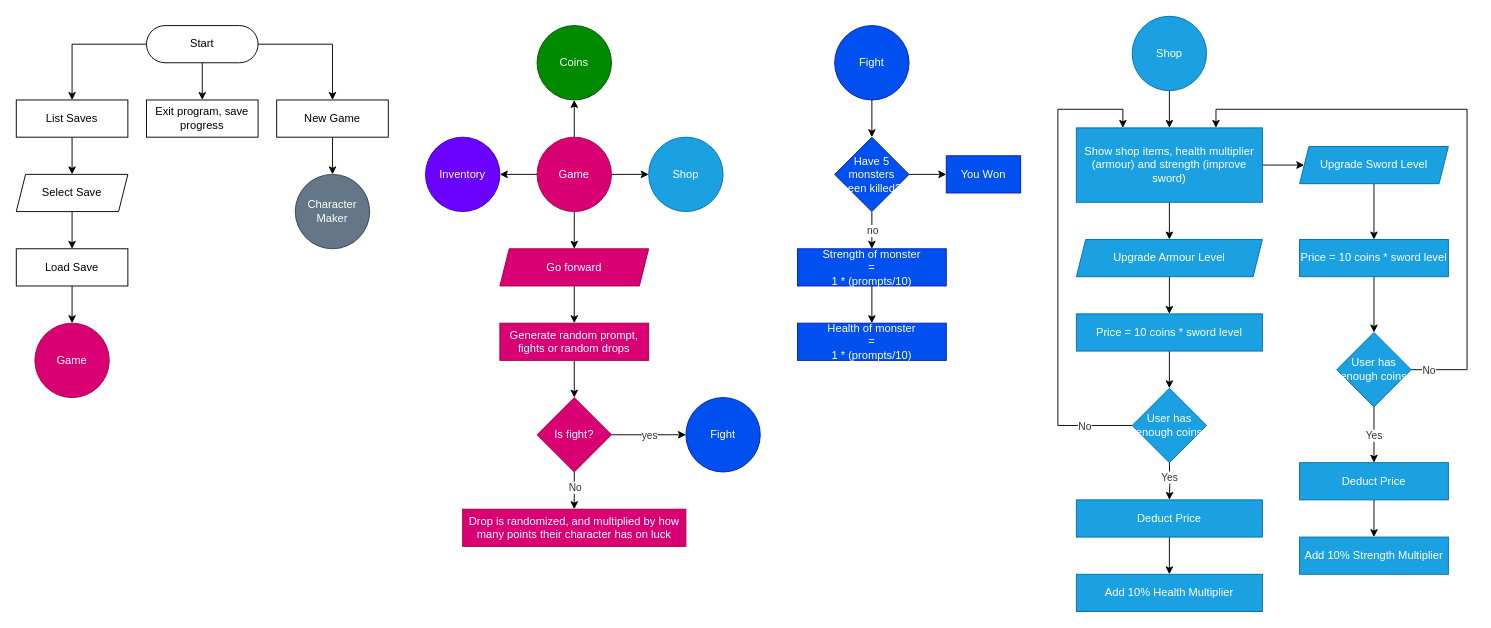
The draw.io diagram flowchart.drawio in kivox/tbag, before the edit. Source tidied: cells renumbered, new cells numbered last; positions are measured from the earlier drawing's top-left corner, leaving out a move shared by most shapes. Both pictures are drawn from the tidied source at 93%, with x=0, y=0 at pixel (16, 16).
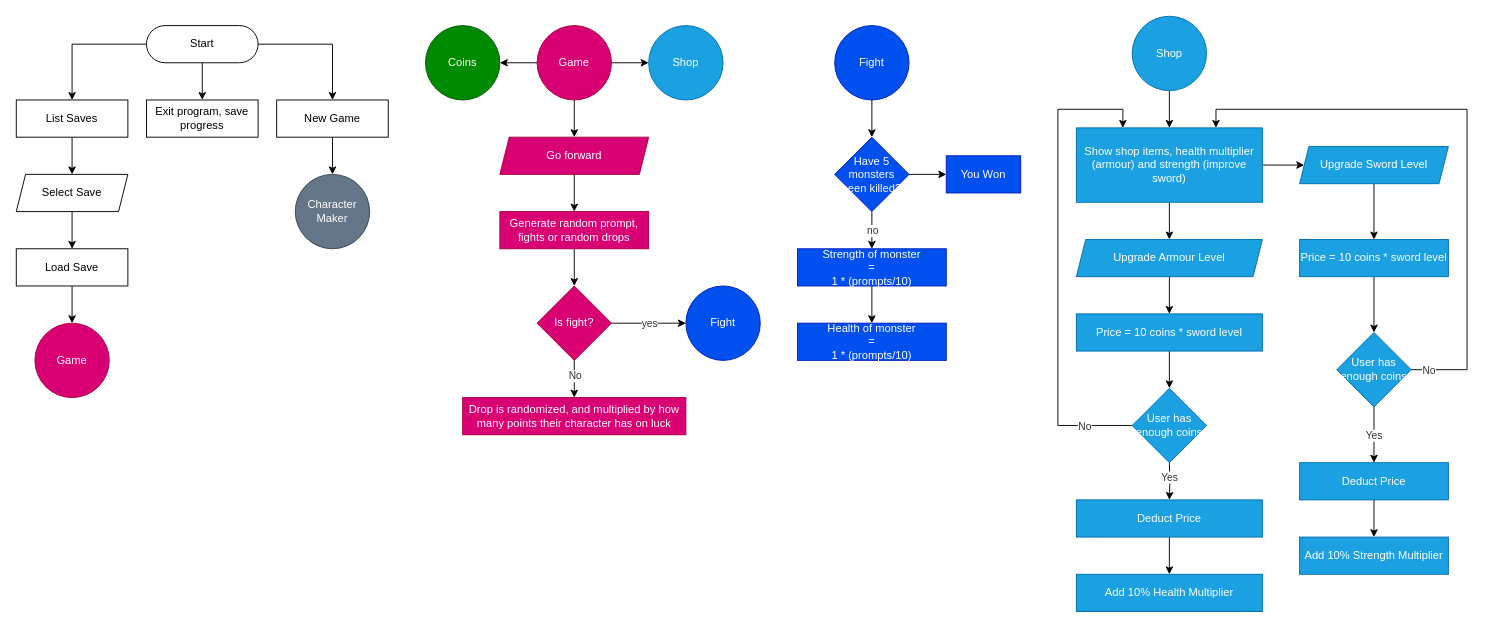
The same diagram, later.

Commit message:
remove inventory from flowchart

What changed in the source:
```diff
@@
-    <mxCell id="19" style="edgeStyle=orthogonalEdgeStyle;rounded=0;jettySize=auto;html=1;fontColor=#333333;" parent="1" edge="1" source="20" target="24">
-      <mxGeometry relative="1" as="geometry" />
-    </mxCell>
     <mxCell id="20" value="Game" style="ellipse;whiteSpace=wrap;html=1;rounded=1;fillColor=#d80073;strokeColor=#A50040;fontColor=#ffffff;" parent="1" vertex="1">
-      <mxGeometry x="560" y="130" width="80" height="80" as="geometry" />
+      <mxGeometry x="560" y="10" width="80" height="80" as="geometry" />
     </mxCell>
@@
     <mxCell id="22" value="Go forward" style="shape=parallelogram;perimeter=parallelogramPerimeter;whiteSpace=wrap;html=1;fixedSize=1;rounded=1;arcSize=0;size=10;fillColor=#d80073;fontColor=#ffffff;strokeColor=#A50040;" parent="1" vertex="1">
-      <mxGeometry x="520" y="250" width="160" height="40" as="geometry" />
+      <mxGeometry x="520" y="130" width="160" height="40" as="geometry" />
     </mxCell>
     <mxCell id="23" value="Shop" style="ellipse;whiteSpace=wrap;html=1;rounded=1;fillColor=#1ba1e2;strokeColor=#006EAF;fontColor=#ffffff;" parent="1" vertex="1">
-      <mxGeometry x="680" y="130" width="80" height="80" as="geometry" />
+      <mxGeometry x="680" y="10" width="80" height="80" as="geometry" />
     </mxCell>
-    <mxCell id="24" value="Inventory" style="ellipse;whiteSpace=wrap;html=1;rounded=1;fillColor=#6a00ff;strokeColor=#3700CC;fontColor=#ffffff;" parent="1" vertex="1">
-      <mxGeometry x="440" y="130" width="80" height="80" as="geometry" />
-    </mxCell>
@@
     <mxCell id="26" value="Generate random prompt, fights or random drops" style="whiteSpace=wrap;html=1;rounded=1;arcSize=0;fillColor=#d80073;fontColor=#ffffff;strokeColor=#A50040;" parent="1" vertex="1">
-      <mxGeometry x="520" y="330" width="160" height="40" as="geometry" />
+      <mxGeometry x="520" y="210" width="160" height="40" as="geometry" />
     </mxCell>
     <mxCell id="27" value="Coins" style="ellipse;whiteSpace=wrap;html=1;rounded=1;fillColor=#008a00;strokeColor=#005700;fontColor=#ffffff;" parent="1" vertex="1">
-      <mxGeometry x="560" y="10" width="80" height="80" as="geometry" />
+      <mxGeometry x="440" y="10" width="80" height="80" as="geometry" />
     </mxCell>
@@
     <mxCell id="32" value="Is fight?" style="rhombus;whiteSpace=wrap;html=1;rounded=1;arcSize=0;fillColor=#d80073;fontColor=#ffffff;strokeColor=#A50040;" parent="1" vertex="1">
-      <mxGeometry x="560" y="410" width="80" height="80" as="geometry" />
+      <mxGeometry x="560" y="290" width="80" height="80" as="geometry" />
     </mxCell>
     <mxCell id="33" value="Fight" style="ellipse;whiteSpace=wrap;html=1;rounded=1;arcSize=0;fillColor=#0050ef;strokeColor=#001DBC;fontColor=#ffffff;" parent="1" vertex="1">
-      <mxGeometry x="720" y="410" width="80" height="80" as="geometry" />
+      <mxGeometry x="720" y="290" width="80" height="80" as="geometry" />
     </mxCell>
     <mxCell id="34" value="Drop is randomized, and multiplied by how many points their character has on luck" style="whiteSpace=wrap;html=1;rounded=1;arcSize=0;fillColor=#d80073;fontColor=#ffffff;strokeColor=#A50040;" parent="1" vertex="1">
-      <mxGeometry x="480" y="530" width="240" height="40" as="geometry" />
+      <mxGeometry x="480" y="410" width="240" height="40" as="geometry" />
     </mxCell>
```
